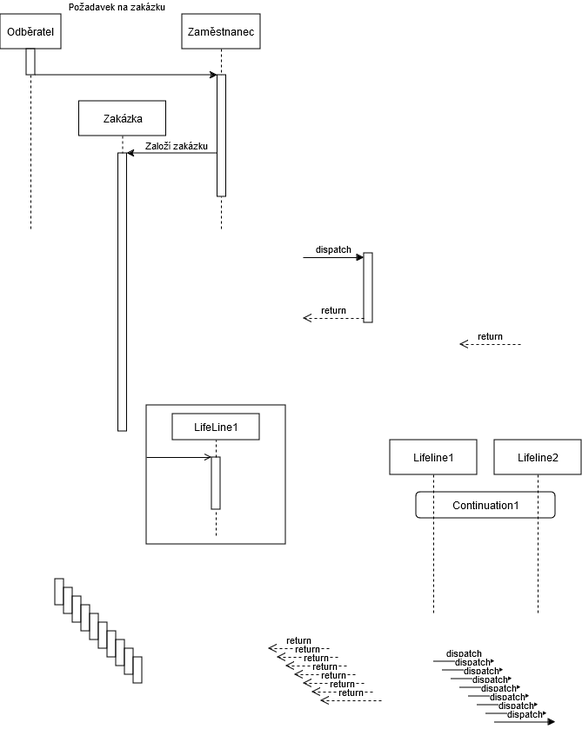
This is SW_ING/Kosmeticka_tuzka_sekvencni_diagram.png from KarelMasa/pg, a draw.io export, as it was before one commit. Source tidied: cells renumbered, new cells last; positions are measured from the earlier drawing's top-left corner, leaving out a move shared by most shapes.
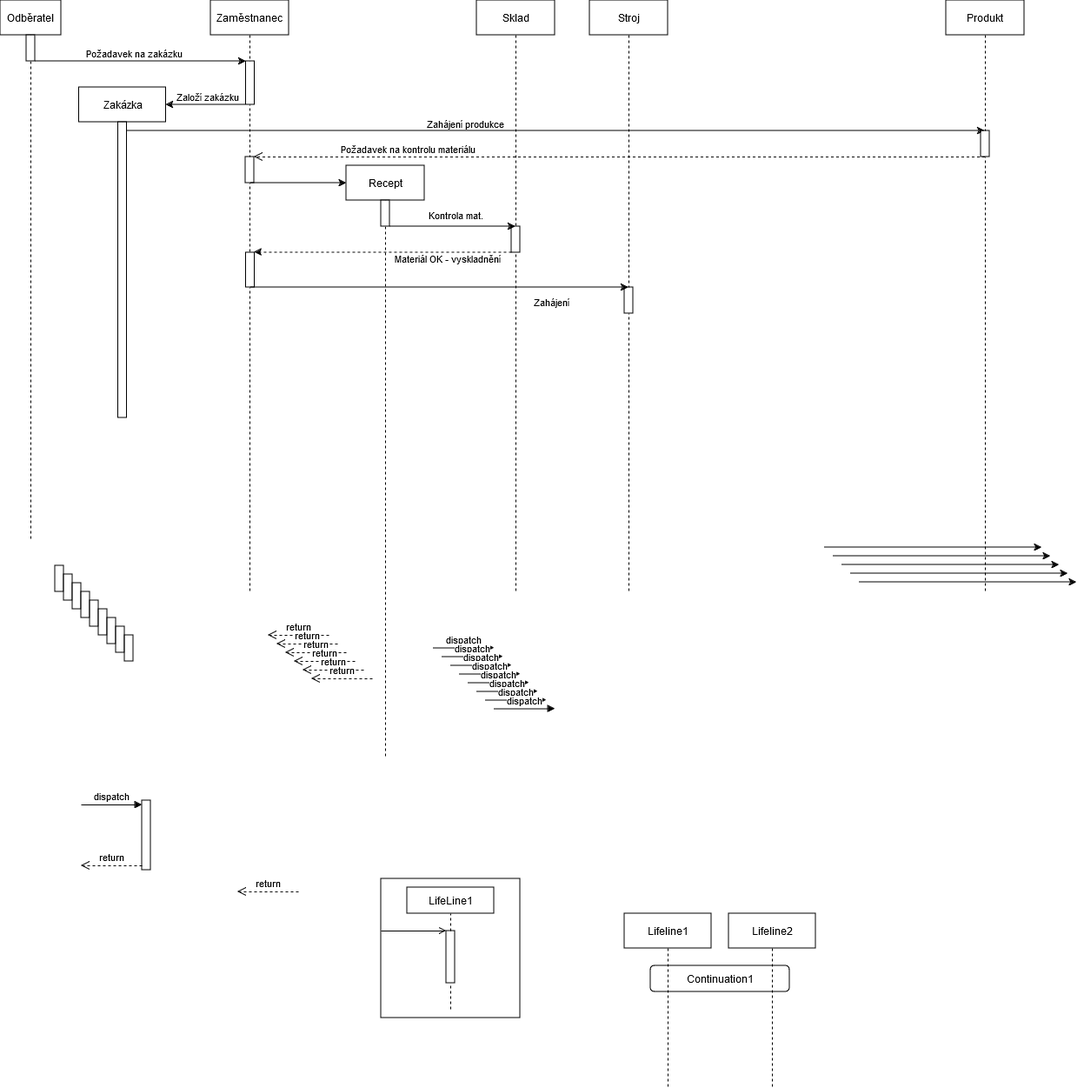
Later version of the same file.

What changed in the source:
```diff
@@ -3,47 +3,47 @@
     <mxCell id="0" />
     <mxCell id="1" parent="0" />
     <mxCell id="2" style="html=1;points=[[0,0,0,0,5],[0,1,0,0,-5],[1,0,0,0,5],[1,1,0,0,-5]];perimeter=orthogonalPerimeter;outlineConnect=0;targetShapes=umlLifeline;portConstraint=eastwest;newEdgeStyle={&quot;curved&quot;:0,&quot;rounded&quot;:0};" parent="1" vertex="1">
-      <mxGeometry x="418" y="285" width="10" height="80" as="geometry" />
+      <mxGeometry x="163" y="930" width="10" height="80" as="geometry" />
     </mxCell>
     <mxCell id="3" value="dispatch" style="html=1;verticalAlign=bottom;endArrow=block;curved=0;rounded=0;entryX=0;entryY=0;entryDx=0;entryDy=5;" parent="1" edge="1" target="2">
       <mxGeometry relative="1" as="geometry">
-        <mxPoint x="348" y="290" as="sourcePoint" />
+        <mxPoint x="93" y="935" as="sourcePoint" />
       </mxGeometry>
     </mxCell>
     <mxCell id="4" value="return" style="html=1;verticalAlign=bottom;endArrow=open;dashed=1;endSize=8;curved=0;rounded=0;exitX=0;exitY=1;exitDx=0;exitDy=-5;" parent="1" edge="1" source="2">
       <mxGeometry relative="1" as="geometry">
-        <mxPoint x="348" y="360" as="targetPoint" />
+        <mxPoint x="93" y="1005" as="targetPoint" />
       </mxGeometry>
     </mxCell>
     <mxCell id="5" value="Odběratel" style="shape=umlLifeline;perimeter=lifelinePerimeter;whiteSpace=wrap;html=1;newEdgeStyle={&quot;edgeStyle&quot;:&quot;elbowEdgeStyle&quot;,&quot;elbow&quot;:&quot;vertical&quot;,&quot;curved&quot;:0,&quot;rounded&quot;:0};" parent="1" vertex="1">
-      <mxGeometry y="10" width="70" height="250" as="geometry" />
+      <mxGeometry y="10" width="70" height="620" as="geometry" />
     </mxCell>
     <mxCell id="6" style="html=1;perimeter=orthogonalPerimeter;targetShapes=umlLifeline;newEdgeStyle={&quot;curved&quot;:0,&quot;rounded&quot;:0};" parent="5" vertex="1">
       <mxGeometry x="30" y="40" width="10" height="30" as="geometry" />
     </mxCell>
     <mxCell id="7" value="Zaměstnanec" style="shape=umlLifeline;perimeter=lifelinePerimeter;whiteSpace=wrap;html=1;newEdgeStyle={&quot;edgeStyle&quot;:&quot;elbowEdgeStyle&quot;,&quot;elbow&quot;:&quot;vertical&quot;,&quot;curved&quot;:0,&quot;rounded&quot;:0};" parent="1" vertex="1">
-      <mxGeometry x="209" y="10" width="90" height="250" as="geometry" />
+      <mxGeometry x="242" y="10" width="90" height="680" as="geometry" />
     </mxCell>
     <mxCell id="8" style="html=1;points=[[0,0,0,0,5],[0,1,0,0,-5],[1,0,0,0,5],[1,1,0,0,-5]];perimeter=orthogonalPerimeter;outlineConnect=0;targetShapes=umlLifeline;portConstraint=eastwest;newEdgeStyle={&quot;curved&quot;:0,&quot;rounded&quot;:0};" parent="7" vertex="1">
-      <mxGeometry x="40.5" y="70" width="10" height="140" as="geometry" />
+      <mxGeometry x="40.5" y="70" width="10" height="50" as="geometry" />
     </mxCell>
-    <mxCell id="9" value="Zakázka" style="shape=umlLifeline;perimeter=lifelinePerimeter;whiteSpace=wrap;html=1;outlineConnect=0;portConstraint=eastwest;newEdgeStyle={&quot;edgeStyle&quot;:&quot;elbowEdgeStyle&quot;,&quot;elbow&quot;:&quot;vertical&quot;,&quot;curved&quot;:0,&quot;rounded&quot;:0};" parent="1" vertex="1">
-      <mxGeometry x="90.5" y="110" width="100" height="380" as="geometry" />
-    </mxCell>
-    <mxCell id="10" style="html=1;points=[[0,0,0,0,5],[0,1,0,0,-5],[1,0,0,0,5],[1,1,0,0,-5]];perimeter=orthogonalPerimeter;outlineConnect=0;targetShapes=umlLifeline;portConstraint=eastwest;newEdgeStyle={&quot;curved&quot;:0,&quot;rounded&quot;:0};" parent="9" vertex="1">
-      <mxGeometry x="45" y="60" width="10" height="320" as="geometry" />
-    </mxCell>
+    <mxCell id="29" style="html=1;perimeter=orthogonalPerimeter;targetShapes=umlLifeline;newEdgeStyle={&quot;curved&quot;:0,&quot;rounded&quot;:0};" parent="7" vertex="1">
+      <mxGeometry x="40" y="180" width="10" height="30" as="geometry" />
+    </mxCell>
+    <mxCell id="50" style="html=1;perimeter=orthogonalPerimeter;targetShapes=umlLifeline;newEdgeStyle={&quot;curved&quot;:0,&quot;rounded&quot;:0};" parent="7" vertex="1">
+      <mxGeometry x="40.5" y="290" width="10" height="40" as="geometry" />
+    </mxCell>
     <mxCell id="11" value="Continuation1" style="rounded=1;dashed=0;whiteSpace=wrap;html=1;" parent="1" vertex="1">
-      <mxGeometry x="478" y="560" width="160" height="30" as="geometry" />
+      <mxGeometry x="748" y="1120" width="160" height="30" as="geometry" />
     </mxCell>
     <mxCell id="12" value="Lifeline1" style="shape=umlLifeline;perimeter=lifelinePerimeter;whiteSpace=wrap;html=1;newEdgeStyle={&quot;curved&quot;:0,&quot;rounded&quot;:0};" parent="1" vertex="1">
-      <mxGeometry x="448" y="500" width="100" height="200" as="geometry" />
+      <mxGeometry x="718" y="1060" width="100" height="200" as="geometry" />
     </mxCell>
     <mxCell id="13" value="Lifeline2" style="shape=umlLifeline;perimeter=lifelinePerimeter;whiteSpace=wrap;html=1;newEdgeStyle={&quot;curved&quot;:0,&quot;rounded&quot;:0};" parent="1" vertex="1">
-      <mxGeometry x="568" y="500" width="100" height="200" as="geometry" />
+      <mxGeometry x="838" y="1060" width="100" height="200" as="geometry" />
     </mxCell>
     <mxCell id="14" style="rounded=0;dashed=0;" parent="1" vertex="1">
-      <mxGeometry x="168" y="460" width="160" height="160" as="geometry" />
+      <mxGeometry x="438" y="1020" width="160" height="160" as="geometry" />
     </mxCell>
     <mxCell id="15" value="LifeLine1" style="rounded=0;dashed=0;whiteSpace=wrap;html=1;" parent="14" vertex="1">
       <mxGeometry x="30" y="10" width="100" height="30" as="geometry" />
@@ -92,9 +92,6 @@
     <mxCell id="28" style="html=1;perimeter=orthogonalPerimeter;targetShapes=umlLifeline;newEdgeStyle={&quot;curved&quot;:0,&quot;rounded&quot;:0};" parent="1" vertex="1">
       <mxGeometry x="143" y="740" width="10" height="30" as="geometry" />
     </mxCell>
-    <mxCell id="29" style="html=1;perimeter=orthogonalPerimeter;targetShapes=umlLifeline;newEdgeStyle={&quot;curved&quot;:0,&quot;rounded&quot;:0};" parent="1" vertex="1">
-      <mxGeometry x="153" y="750" width="10" height="30" as="geometry" />
-    </mxCell>
     <mxCell id="30" value="return" style="html=1;verticalAlign=bottom;endArrow=open;dashed=1;endSize=8;curved=0;rounded=0;exitX=0;exitY=1;exitDx=0;exitDy=-5;" parent="1" edge="1">
       <mxGeometry relative="1" as="geometry">
         <mxPoint x="378" y="740" as="sourcePoint" />
@@ -131,16 +128,10 @@
         <mxPoint x="358" y="790" as="targetPoint" />
       </mxGeometry>
     </mxCell>
-    <mxCell id="36" value="return" style="html=1;verticalAlign=bottom;endArrow=open;dashed=1;endSize=8;curved=0;rounded=0;exitX=0;exitY=1;exitDx=0;exitDy=-5;" parent="1" edge="1">
-      <mxGeometry relative="1" as="geometry">
-        <mxPoint x="438" y="800" as="sourcePoint" />
-        <mxPoint x="368" y="800" as="targetPoint" />
-      </mxGeometry>
-    </mxCell>
     <mxCell id="37" value="return" style="html=1;verticalAlign=bottom;endArrow=open;dashed=1;endSize=8;curved=0;rounded=0;exitX=0;exitY=1;exitDx=0;exitDy=-5;" parent="1" edge="1">
       <mxGeometry relative="1" as="geometry">
-        <mxPoint x="598" y="390" as="sourcePoint" />
-        <mxPoint x="528" y="390" as="targetPoint" />
+        <mxPoint x="343" y="1035" as="sourcePoint" />
+        <mxPoint x="273" y="1035" as="targetPoint" />
       </mxGeometry>
     </mxCell>
     <mxCell id="38" value="dispatch" style="html=1;verticalAlign=bottom;endArrow=block;curved=0;rounded=0;entryX=0;entryY=0;entryDx=0;entryDy=5;" parent="1" edge="1">
@@ -191,13 +182,9 @@
         <mxPoint x="638" y="824.5" as="targetPoint" />
       </mxGeometry>
     </mxCell>
-    <mxCell id="46" style="edgeStyle=orthogonalEdgeStyle;rounded=0;jettySize=auto;html=1;curved=0;" parent="1" edge="1" target="10">
+    <mxCell id="46" style="edgeStyle=elbowEdgeStyle;rounded=0;jettySize=auto;html=1;elbow=vertical;" parent="1" edge="1" source="8">
       <mxGeometry relative="1" as="geometry">
-        <mxPoint x="250" y="170" as="sourcePoint" />
-        <Array as="points">
-          <mxPoint x="160.5" y="170" />
-          <mxPoint x="160.5" y="170" />
-        </Array>
+        <mxPoint x="190.5" y="130" as="targetPoint" />
       </mxGeometry>
     </mxCell>
     <mxCell id="47" value="Založí zakázku" style="edgeLabel;html=1;align=center;verticalAlign=middle;" parent="46" vertex="1">
@@ -215,7 +202,147 @@
       </mxGeometry>
     </mxCell>
     <mxCell id="49" value="Požadavek na zakázku" style="edgeLabel;html=1;align=center;verticalAlign=middle;" parent="1" vertex="1">
-      <mxGeometry x="133" as="geometry" />
+      <mxGeometry x="153" y="70" as="geometry" />
     </mxCell>
+    <mxCell id="51" style="rounded=0;jettySize=auto;html=1;edgeStyle=elbowEdgeStyle;elbow=vertical;" parent="1" edge="1" source="9" target="56">
+      <mxGeometry relative="1" as="geometry">
+        <Array as="points">
+          <mxPoint x="198" y="160" />
+        </Array>
+      </mxGeometry>
+    </mxCell>
+    <mxCell id="52" value="Zahájení produkce" style="edgeLabel;html=1;align=center;verticalAlign=middle;" parent="1" vertex="1">
+      <mxGeometry x="538" y="150" as="geometry">
+        <mxPoint x="-4" y="1" as="offset" />
+      </mxGeometry>
+    </mxCell>
+    <mxCell id="53" value="Sklad" style="shape=umlLifeline;perimeter=lifelinePerimeter;whiteSpace=wrap;html=1;outlineConnect=0;portConstraint=eastwest;newEdgeStyle={&quot;edgeStyle&quot;:&quot;elbowEdgeStyle&quot;,&quot;elbow&quot;:&quot;vertical&quot;,&quot;curved&quot;:0,&quot;rounded&quot;:0};" parent="1" vertex="1">
+      <mxGeometry x="548" y="10" width="90" height="680" as="geometry" />
+    </mxCell>
+    <mxCell id="54" style="html=1;points=[[0,0,0,0,5],[0,1,0,0,-5],[1,0,0,0,5],[1,1,0,0,-5]];perimeter=orthogonalPerimeter;outlineConnect=0;targetShapes=umlLifeline;portConstraint=eastwest;newEdgeStyle={&quot;curved&quot;:0,&quot;rounded&quot;:0};" parent="53" vertex="1">
+      <mxGeometry x="40" y="260" width="10" height="30" as="geometry" />
+    </mxCell>
+    <mxCell id="55" style="edgeStyle=elbowEdgeStyle;rounded=0;orthogonalLoop=1;jettySize=auto;html=1;elbow=vertical;" parent="1" edge="1">
+      <mxGeometry relative="1" as="geometry">
+        <mxPoint x="948" y="639" as="sourcePoint" />
+        <mxPoint x="1198" y="639" as="targetPoint" />
+        <Array as="points">
+          <mxPoint x="1014" y="639" />
+        </Array>
+      </mxGeometry>
+    </mxCell>
+    <mxCell id="56" value="Produkt" style="shape=umlLifeline;perimeter=lifelinePerimeter;whiteSpace=wrap;html=1;outlineConnect=0;portConstraint=eastwest;newEdgeStyle={&quot;edgeStyle&quot;:&quot;elbowEdgeStyle&quot;,&quot;elbow&quot;:&quot;vertical&quot;,&quot;curved&quot;:0,&quot;rounded&quot;:0};" parent="1" vertex="1">
+      <mxGeometry x="1088" y="10" width="90" height="680" as="geometry" />
+    </mxCell>
+    <mxCell id="57" style="html=1;perimeter=orthogonalPerimeter;targetShapes=umlLifeline;newEdgeStyle={&quot;curved&quot;:0,&quot;rounded&quot;:0};" parent="56" vertex="1">
+      <mxGeometry x="40" y="150" width="10" height="30" as="geometry" />
+    </mxCell>
+    <mxCell id="58" value="Požadavek na kontrolu materiálu" style="edgeLabel;html=1;align=center;verticalAlign=middle;" parent="1" vertex="1">
+      <mxGeometry x="468" y="180" as="geometry" />
+    </mxCell>
+    <mxCell id="59" style="edgeStyle=elbowEdgeStyle;rounded=0;orthogonalLoop=1;jettySize=auto;html=1;elbow=vertical;" parent="1" edge="1">
+      <mxGeometry relative="1" as="geometry">
+        <mxPoint x="958" y="649" as="sourcePoint" />
+        <mxPoint x="1208" y="649" as="targetPoint" />
+        <Array as="points">
+          <mxPoint x="1024" y="649" />
+        </Array>
+      </mxGeometry>
+    </mxCell>
+    <mxCell id="60" style="edgeStyle=elbowEdgeStyle;rounded=0;orthogonalLoop=1;jettySize=auto;html=1;elbow=vertical;" parent="1" edge="1">
+      <mxGeometry relative="1" as="geometry">
+        <mxPoint x="968" y="659" as="sourcePoint" />
+        <mxPoint x="1218" y="659" as="targetPoint" />
+        <Array as="points">
+          <mxPoint x="1034" y="659" />
+        </Array>
+      </mxGeometry>
+    </mxCell>
+    <mxCell id="61" style="edgeStyle=elbowEdgeStyle;rounded=0;orthogonalLoop=1;jettySize=auto;html=1;elbow=vertical;" parent="1" edge="1">
+      <mxGeometry relative="1" as="geometry">
+        <mxPoint x="978" y="669" as="sourcePoint" />
+        <mxPoint x="1228" y="669" as="targetPoint" />
+        <Array as="points">
+          <mxPoint x="1044" y="669" />
+        </Array>
+      </mxGeometry>
+    </mxCell>
+    <mxCell id="62" style="edgeStyle=elbowEdgeStyle;rounded=0;orthogonalLoop=1;jettySize=auto;html=1;elbow=vertical;" parent="1" edge="1">
+      <mxGeometry relative="1" as="geometry">
+        <mxPoint x="988" y="679" as="sourcePoint" />
+        <mxPoint x="1238" y="679" as="targetPoint" />
+        <Array as="points">
+          <mxPoint x="1054" y="679" />
+        </Array>
+      </mxGeometry>
+    </mxCell>
+    <mxCell id="63" style="edgeStyle=elbowEdgeStyle;rounded=0;orthogonalLoop=1;jettySize=auto;html=1;elbow=vertical;" parent="1" edge="1">
+      <mxGeometry relative="1" as="geometry">
+        <mxPoint x="288" y="220" as="sourcePoint" />
+        <mxPoint x="398" y="220" as="targetPoint" />
+        <Array as="points">
+          <mxPoint x="354" y="220" />
+        </Array>
+      </mxGeometry>
+    </mxCell>
+    <mxCell id="9" value="Zakázka" style="shape=umlLifeline;perimeter=lifelinePerimeter;whiteSpace=wrap;html=1;outlineConnect=0;portConstraint=eastwest;newEdgeStyle={&quot;edgeStyle&quot;:&quot;elbowEdgeStyle&quot;,&quot;elbow&quot;:&quot;vertical&quot;,&quot;curved&quot;:0,&quot;rounded&quot;:0};" parent="1" vertex="1">
+      <mxGeometry x="90.5" y="110" width="100" height="380" as="geometry" />
+    </mxCell>
+    <mxCell id="10" style="html=1;points=[[0,0,0,0,5],[0,1,0,0,-5],[1,0,0,0,5],[1,1,0,0,-5]];perimeter=orthogonalPerimeter;outlineConnect=0;targetShapes=umlLifeline;portConstraint=eastwest;newEdgeStyle={&quot;curved&quot;:0,&quot;rounded&quot;:0};" parent="9" vertex="1">
+      <mxGeometry x="45" y="40" width="10" height="340" as="geometry" />
+    </mxCell>
+    <mxCell id="64" style="html=1;verticalAlign=bottom;endArrow=open;dashed=1;endSize=8;curved=0;rounded=0;" parent="1" edge="1" source="56">
+      <mxGeometry relative="1" as="geometry">
+        <mxPoint x="292" y="190" as="targetPoint" />
+      </mxGeometry>
+    </mxCell>
+    <mxCell id="65" value="Recept" style="shape=umlLifeline;perimeter=lifelinePerimeter;whiteSpace=wrap;html=1;newEdgeStyle={&quot;edgeStyle&quot;:&quot;elbowEdgeStyle&quot;,&quot;elbow&quot;:&quot;vertical&quot;,&quot;curved&quot;:0,&quot;rounded&quot;:0};" parent="1" vertex="1">
+      <mxGeometry x="398" y="200" width="90" height="680" as="geometry" />
+    </mxCell>
+    <mxCell id="66" style="html=1;perimeter=orthogonalPerimeter;targetShapes=umlLifeline;newEdgeStyle={&quot;curved&quot;:0,&quot;rounded&quot;:0};" parent="65" vertex="1">
+      <mxGeometry x="40" y="40" width="10" height="30" as="geometry" />
+    </mxCell>
+    <mxCell id="67" style="rounded=0;jettySize=auto;html=1;dashed=1;" parent="1" edge="1" source="54">
+      <mxGeometry relative="1" as="geometry">
+        <mxPoint x="292.2" y="299.5" as="targetPoint" />
+      </mxGeometry>
+    </mxCell>
+    <mxCell id="68" value="Materiál OK - vyskladnění" style="edgeLabel;html=1;align=center;verticalAlign=middle;" parent="1" vertex="1">
+      <mxGeometry x="508" y="300" as="geometry">
+        <mxPoint x="5" y="6" as="offset" />
+      </mxGeometry>
+    </mxCell>
+    <mxCell id="69" style="edgeStyle=elbowEdgeStyle;rounded=0;jettySize=auto;html=1;elbow=vertical;" parent="1" edge="1" target="53">
+      <mxGeometry relative="1" as="geometry">
+        <mxPoint x="448" y="270" as="sourcePoint" />
+        <Array as="points">
+          <mxPoint x="514" y="270" />
+        </Array>
+      </mxGeometry>
+    </mxCell>
+    <mxCell id="70" value="Kontrola mat." style="edgeLabel;html=1;align=center;verticalAlign=middle;" parent="1" vertex="1">
+      <mxGeometry x="518" y="250" as="geometry">
+        <mxPoint x="5" y="6" as="offset" />
+      </mxGeometry>
+    </mxCell>
+    <mxCell id="71" value="Stroj" style="shape=umlLifeline;perimeter=lifelinePerimeter;whiteSpace=wrap;html=1;outlineConnect=0;portConstraint=eastwest;newEdgeStyle={&quot;edgeStyle&quot;:&quot;elbowEdgeStyle&quot;,&quot;elbow&quot;:&quot;vertical&quot;,&quot;curved&quot;:0,&quot;rounded&quot;:0};" parent="1" vertex="1">
+      <mxGeometry x="678" y="10" width="90" height="680" as="geometry" />
+    </mxCell>
+    <mxCell id="72" style="html=1;perimeter=orthogonalPerimeter;targetShapes=umlLifeline;newEdgeStyle={&quot;curved&quot;:0,&quot;rounded&quot;:0};" parent="71" vertex="1">
+      <mxGeometry x="40" y="330" width="10" height="30" as="geometry" />
+    </mxCell>
+    <mxCell id="73" style="edgeStyle=elbowEdgeStyle;rounded=0;jettySize=auto;html=1;elbow=vertical;" parent="1" edge="1" target="71">
+      <mxGeometry relative="1" as="geometry">
+        <mxPoint x="288" y="340" as="sourcePoint" />
+        <Array as="points">
+          <mxPoint x="354" y="340" />
+        </Array>
+      </mxGeometry>
+    </mxCell>
+    <mxCell id="74" value="Zahájení" style="edgeLabel;html=1;align=center;verticalAlign=middle;" parent="1" vertex="1">
+      <mxGeometry x="628" y="350" as="geometry">
+        <mxPoint x="5" y="6" as="offset" />
+      </mxGeometry>
+    </mxCell>
   </root>
 </mxGraphModel>
```
